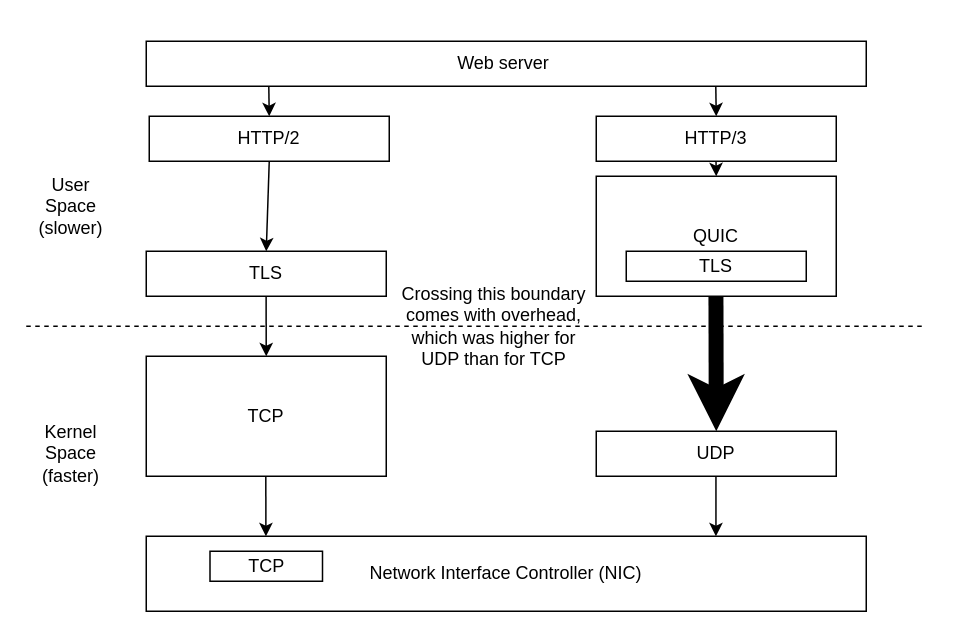
Before: images/kernel-user-space/kernel-user-space.drawio in rmarx/http3-for-webdevs, a draw.io diagram. Source tidied: cells renumbered, new cells numbered last; positions are measured from the earlier drawing's top-left corner, leaving out a move shared by most shapes. Both pictures are drawn from the tidied source at 150%, with x=0, y=0 at pixel (26, 40).
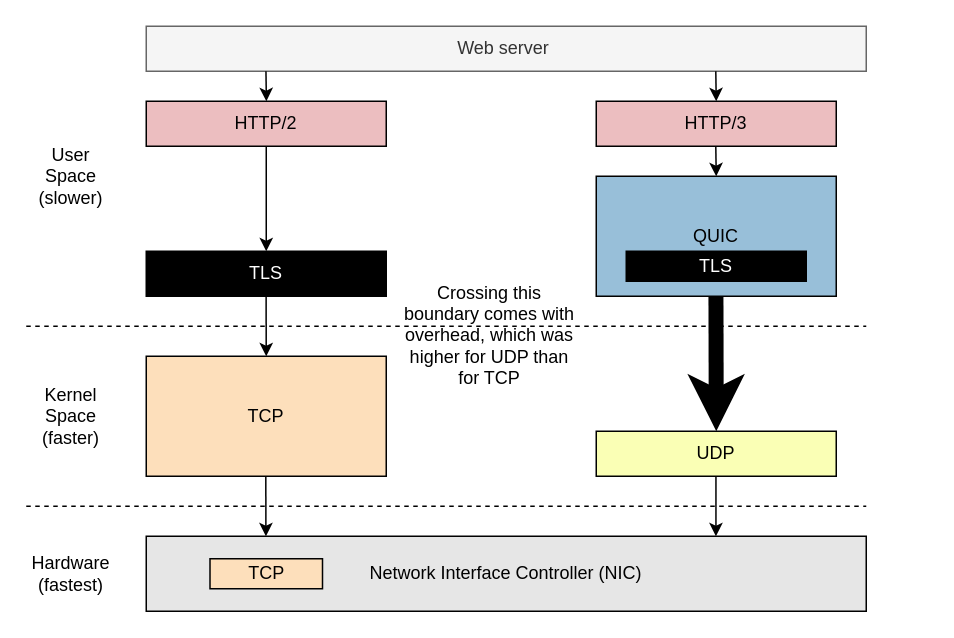
Above is the later version.

Diff of the diagram source:
```diff
@@
-    <mxCell id="2" value="TLS" style="rounded=0;whiteSpace=wrap;html=1;" parent="1" vertex="1">
+    <mxCell id="2" value="TLS" style="rounded=0;whiteSpace=wrap;html=1;fontFamily=Myriad Pro Condensed;fontColor=#FFFFFF;fillColor=#000000;" parent="1" vertex="1">
       <mxGeometry x="80" y="140" width="160" height="30" as="geometry" />
     </mxCell>
-    <mxCell id="3" value="Web server&amp;nbsp;" style="rounded=0;whiteSpace=wrap;html=1;" parent="1" vertex="1">
-      <mxGeometry x="80" width="480" height="30" as="geometry" />
+    <mxCell id="3" value="Web server&amp;nbsp;" style="rounded=0;whiteSpace=wrap;html=1;fontFamily=Myriad Pro Condensed;fillColor=#f5f5f5;strokeColor=#666666;fontColor=#333333;" parent="1" vertex="1">
+      <mxGeometry x="80" y="-10" width="480" height="30" as="geometry" />
     </mxCell>
-    <mxCell id="4" value="QUIC" style="rounded=0;whiteSpace=wrap;html=1;" parent="1" vertex="1">
+    <mxCell id="4" value="QUIC" style="rounded=0;whiteSpace=wrap;html=1;fontFamily=Myriad Pro Condensed;fillColor=#98BFD9;" parent="1" vertex="1">
       <mxGeometry x="380" y="90" width="160" height="80" as="geometry" />
     </mxCell>
-    <mxCell id="5" value="TLS" style="rounded=0;whiteSpace=wrap;html=1;" parent="1" vertex="1">
+    <mxCell id="5" value="TLS" style="rounded=0;whiteSpace=wrap;html=1;fontFamily=Myriad Pro Condensed;fillColor=#000000;fontColor=#FFFFFF;" parent="1" vertex="1">
       <mxGeometry x="400" y="140" width="120" height="20" as="geometry" />
     </mxCell>
     <mxCell id="6" style="endArrow=none;dashed=1;html=1;" parent="1" edge="1">
       <mxGeometry relative="1" as="geometry">
         <mxPoint y="190" as="sourcePoint" />
-        <mxPoint x="600" y="190" as="targetPoint" />
+        <mxPoint x="560" y="190" as="targetPoint" />
       </mxGeometry>
     </mxCell>
-    <mxCell id="7" value="Network Interface Controller (NIC)" style="rounded=0;whiteSpace=wrap;html=1;" parent="1" vertex="1">
+    <mxCell id="7" value="Network Interface Controller (NIC)" style="rounded=0;whiteSpace=wrap;html=1;fontFamily=Myriad Pro Condensed;fillColor=#E6E6E6;" parent="1" vertex="1">
       <mxGeometry x="80" y="330" width="480" height="50" as="geometry" />
     </mxCell>
-    <mxCell id="8" value="TCP" style="rounded=0;whiteSpace=wrap;html=1;" parent="1" vertex="1">
+    <mxCell id="8" value="TCP" style="rounded=0;whiteSpace=wrap;html=1;fontFamily=Myriad Pro Condensed;fillColor=#FDDFBB;" parent="1" vertex="1">
       <mxGeometry x="80" y="210" width="160" height="80" as="geometry" />
     </mxCell>
-    <mxCell id="9" value="UDP" style="rounded=0;whiteSpace=wrap;html=1;" parent="1" vertex="1">
+    <mxCell id="9" value="UDP" style="rounded=0;whiteSpace=wrap;html=1;fontFamily=Myriad Pro Condensed;fillColor=#FAFFB5;" parent="1" vertex="1">
       <mxGeometry x="380" y="260" width="160" height="30" as="geometry" />
     </mxCell>
-    <mxCell id="10" style="endArrow=classic;html=1;entryX=0.5;entryY=0;entryDx=0;entryDy=0;exitX=0.5;exitY=1;exitDx=0;exitDy=0;" parent="1" edge="1" source="19" target="2">
+    <mxCell id="10" style="endArrow=classic;html=1;entryX=0.5;entryY=0;entryDx=0;entryDy=0;exitX=0.5;exitY=1;exitDx=0;exitDy=0;fontFamily=Myriad Pro Condensed;" parent="1" edge="1" source="19" target="2">
       <mxGeometry relative="1" as="geometry" />
     </mxCell>
-    <mxCell id="11" style="endArrow=classic;html=1;exitX=0.167;exitY=0.967;exitDx=0;exitDy=0;exitPerimeter=0;" parent="1" edge="1">
+    <mxCell id="11" style="endArrow=classic;html=1;exitX=0.167;exitY=0.967;exitDx=0;exitDy=0;exitPerimeter=0;fontFamily=Myriad Pro Condensed;" parent="1" edge="1">
       <mxGeometry relative="1" as="geometry">
         <mxPoint x="459.7" y="70" as="sourcePoint" />
         <mxPoint x="460" y="90" as="targetPoint" />
       </mxGeometry>
     </mxCell>
-    <mxCell id="12" style="endArrow=classic;html=1;exitX=0.167;exitY=0.967;exitDx=0;exitDy=0;exitPerimeter=0;strokeWidth=10;entryX=0.5;entryY=0;entryDx=0;entryDy=0;" parent="1" edge="1" target="9">
+    <mxCell id="12" style="endArrow=classic;html=1;exitX=0.167;exitY=0.967;exitDx=0;exitDy=0;exitPerimeter=0;strokeWidth=10;entryX=0.5;entryY=0;entryDx=0;entryDy=0;fontFamily=Myriad Pro Condensed;" parent="1" edge="1" target="9">
       <mxGeometry relative="1" as="geometry">
         <mxPoint x="459.8" y="170" as="sourcePoint" />
       </mxGeometry>
     </mxCell>
-    <mxCell id="13" style="endArrow=classic;html=1;exitX=0.167;exitY=0.967;exitDx=0;exitDy=0;exitPerimeter=0;" parent="1" edge="1">
+    <mxCell id="13" style="endArrow=classic;html=1;exitX=0.167;exitY=0.967;exitDx=0;exitDy=0;exitPerimeter=0;fontFamily=Myriad Pro Condensed;" parent="1" edge="1">
       <mxGeometry relative="1" as="geometry">
         <mxPoint x="159.9" y="170" as="sourcePoint" />
         <mxPoint x="160" y="210" as="targetPoint" />
       </mxGeometry>
     </mxCell>
-    <mxCell id="14" style="endArrow=classic;html=1;exitX=0.167;exitY=0.967;exitDx=0;exitDy=0;exitPerimeter=0;" parent="1" edge="1">
+    <mxCell id="14" style="endArrow=classic;html=1;exitX=0.167;exitY=0.967;exitDx=0;exitDy=0;exitPerimeter=0;fontFamily=Myriad Pro Condensed;" parent="1" edge="1">
       <mxGeometry relative="1" as="geometry">
         <mxPoint x="159.7" y="290" as="sourcePoint" />
         <mxPoint x="159.8" y="330" as="targetPoint" />
       </mxGeometry>
     </mxCell>
-    <mxCell id="15" style="endArrow=classic;html=1;exitX=0.167;exitY=0.967;exitDx=0;exitDy=0;exitPerimeter=0;" parent="1" edge="1">
+    <mxCell id="15" style="endArrow=classic;html=1;exitX=0.167;exitY=0.967;exitDx=0;exitDy=0;exitPerimeter=0;fontFamily=Myriad Pro Condensed;" parent="1" edge="1">
       <mxGeometry relative="1" as="geometry">
         <mxPoint x="459.8" y="290" as="sourcePoint" />
         <mxPoint x="459.8" y="330" as="targetPoint" />
       </mxGeometry>
     </mxCell>
-    <mxCell id="16" value="User&lt;br&gt;Space&lt;br&gt;(slower)" style="text;html=1;strokeColor=none;fillColor=none;align=center;verticalAlign=middle;whiteSpace=wrap;rounded=0;" parent="1" vertex="1">
-      <mxGeometry x="10" y="100" width="40" height="20" as="geometry" />
+    <mxCell id="16" value="User&lt;br&gt;Space&lt;br&gt;(slower)" style="text;html=1;strokeColor=none;fillColor=none;align=center;verticalAlign=middle;whiteSpace=wrap;rounded=0;fontFamily=Myriad Pro Condensed;" parent="1" vertex="1">
+      <mxGeometry x="10" y="-10" width="40" height="200" as="geometry" />
     </mxCell>
-    <mxCell id="17" value="Kernel Space&lt;br&gt;(faster)" style="text;html=1;strokeColor=none;fillColor=none;align=center;verticalAlign=middle;whiteSpace=wrap;rounded=0;" parent="1" vertex="1">
-      <mxGeometry x="10" y="265" width="40" height="20" as="geometry" />
+    <mxCell id="17" value="Kernel Space&lt;br&gt;(faster)" style="text;html=1;strokeColor=none;fillColor=none;align=center;verticalAlign=middle;whiteSpace=wrap;rounded=0;fontFamily=Myriad Pro Condensed;" parent="1" vertex="1">
+      <mxGeometry x="10" y="190" width="40" height="120" as="geometry" />
     </mxCell>
-    <mxCell id="18" value="Crossing this boundary comes with overhead, which was higher for UDP than for TCP" style="text;html=1;strokeColor=none;fillColor=none;align=center;verticalAlign=middle;whiteSpace=wrap;rounded=0;" parent="1" vertex="1">
-      <mxGeometry x="242" y="160" width="140" height="60" as="geometry" />
+    <mxCell id="18" value="Crossing this boundary comes with overhead, which was higher for UDP than for TCP" style="text;html=1;strokeColor=none;fillColor=none;align=center;verticalAlign=middle;whiteSpace=wrap;rounded=0;fontFamily=Myriad Pro Condensed;" parent="1" vertex="1">
+      <mxGeometry x="250" y="166" width="118" height="60" as="geometry" />
     </mxCell>
-    <mxCell id="19" value="HTTP/2" style="rounded=0;whiteSpace=wrap;html=1;" parent="1" vertex="1">
-      <mxGeometry x="82" y="50" width="160" height="30" as="geometry" />
+    <mxCell id="19" value="HTTP/2" style="rounded=0;whiteSpace=wrap;html=1;fontFamily=Myriad Pro Condensed;fillColor=#ECBEC0;" parent="1" vertex="1">
+      <mxGeometry x="80" y="40" width="160" height="30" as="geometry" />
     </mxCell>
-    <mxCell id="20" value="HTTP/3" style="rounded=0;whiteSpace=wrap;html=1;" parent="1" vertex="1">
-      <mxGeometry x="380" y="50" width="160" height="30" as="geometry" />
+    <mxCell id="20" value="HTTP/3" style="rounded=0;whiteSpace=wrap;html=1;fontFamily=Myriad Pro Condensed;fillColor=#ECBEC0;" parent="1" vertex="1">
+      <mxGeometry x="380" y="40" width="160" height="30" as="geometry" />
     </mxCell>
-    <mxCell id="21" style="endArrow=classic;html=1;" parent="1" edge="1">
+    <mxCell id="21" style="endArrow=classic;html=1;fontFamily=Myriad Pro Condensed;" parent="1" edge="1">
       <mxGeometry relative="1" as="geometry">
-        <mxPoint x="161.7" y="30" as="sourcePoint" />
-        <mxPoint x="162" y="50" as="targetPoint" />
+        <mxPoint x="159.8" y="20" as="sourcePoint" />
+        <mxPoint x="160.1" y="40" as="targetPoint" />
       </mxGeometry>
     </mxCell>
-    <mxCell id="22" style="endArrow=classic;html=1;exitX=0.167;exitY=0.967;exitDx=0;exitDy=0;exitPerimeter=0;" parent="1" edge="1">
+    <mxCell id="22" style="endArrow=classic;html=1;exitX=0.167;exitY=0.967;exitDx=0;exitDy=0;exitPerimeter=0;fontFamily=Myriad Pro Condensed;" parent="1" edge="1">
       <mxGeometry relative="1" as="geometry">
-        <mxPoint x="459.7" y="30" as="sourcePoint" />
-        <mxPoint x="460" y="50" as="targetPoint" />
+        <mxPoint x="459.7" y="20" as="sourcePoint" />
+        <mxPoint x="460" y="40" as="targetPoint" />
       </mxGeometry>
     </mxCell>
-    <mxCell id="23" value="TCP" style="rounded=0;whiteSpace=wrap;html=1;" parent="1" vertex="1">
-      <mxGeometry x="122.5" y="340" width="75" height="20" as="geometry" />
+    <mxCell id="23" value="TCP" style="rounded=0;whiteSpace=wrap;html=1;fontFamily=Myriad Pro Condensed;fillColor=#FDDFBB;" parent="1" vertex="1">
+      <mxGeometry x="122.5" y="345" width="75" height="20" as="geometry" />
     </mxCell>
+    <mxCell id="24" style="endArrow=none;dashed=1;html=1;" parent="1" edge="1">
+      <mxGeometry relative="1" as="geometry">
+        <mxPoint y="310" as="sourcePoint" />
+        <mxPoint x="560" y="310" as="targetPoint" />
+      </mxGeometry>
+    </mxCell>
+    <mxCell id="25" value="Hardware (fastest)" style="text;html=1;strokeColor=none;fillColor=none;align=center;verticalAlign=middle;whiteSpace=wrap;rounded=0;fontFamily=Myriad Pro Condensed;" parent="1" vertex="1">
+      <mxGeometry x="10" y="330" width="40" height="50" as="geometry" />
+    </mxCell>
```
